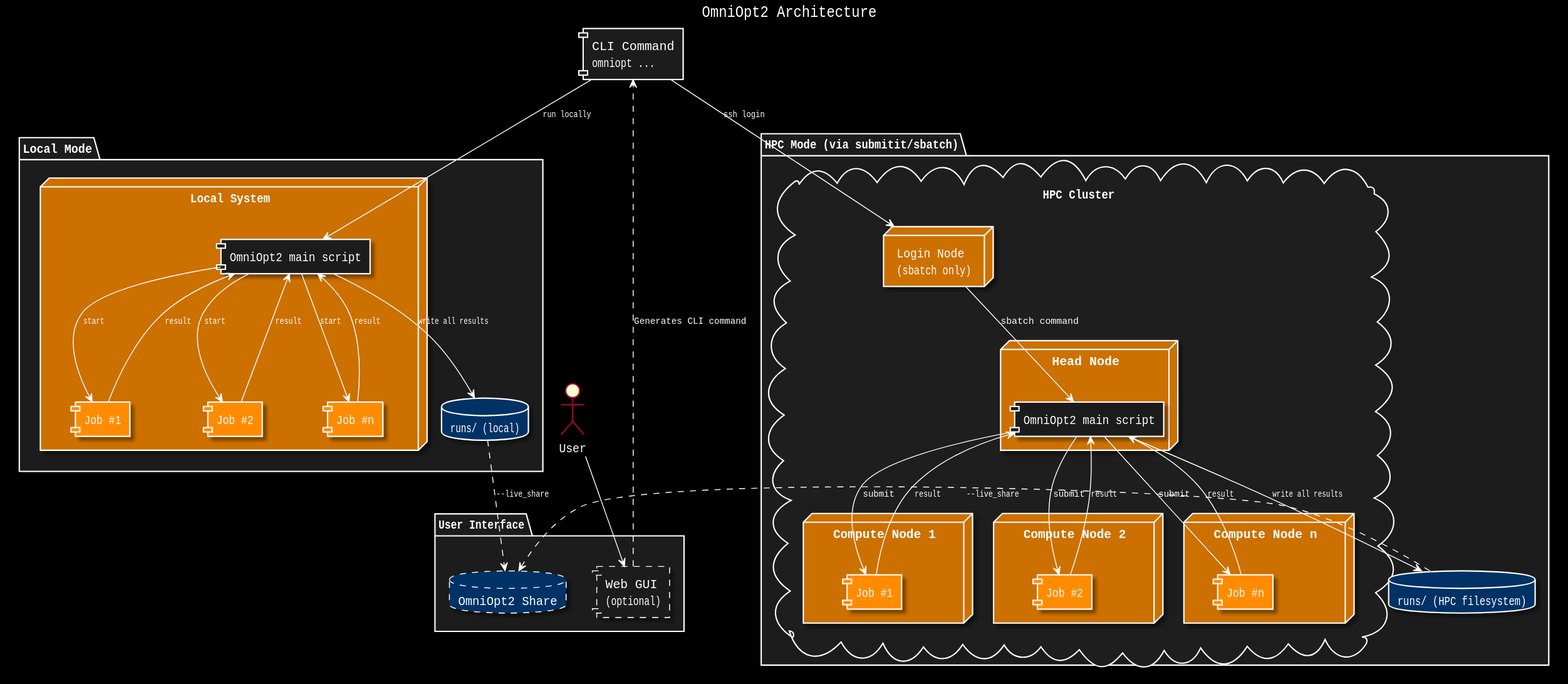
The PlantUML diagram .gui/documentation/output_dark/architecture.svg in NormanTUD/OmniOpt, before a commit.
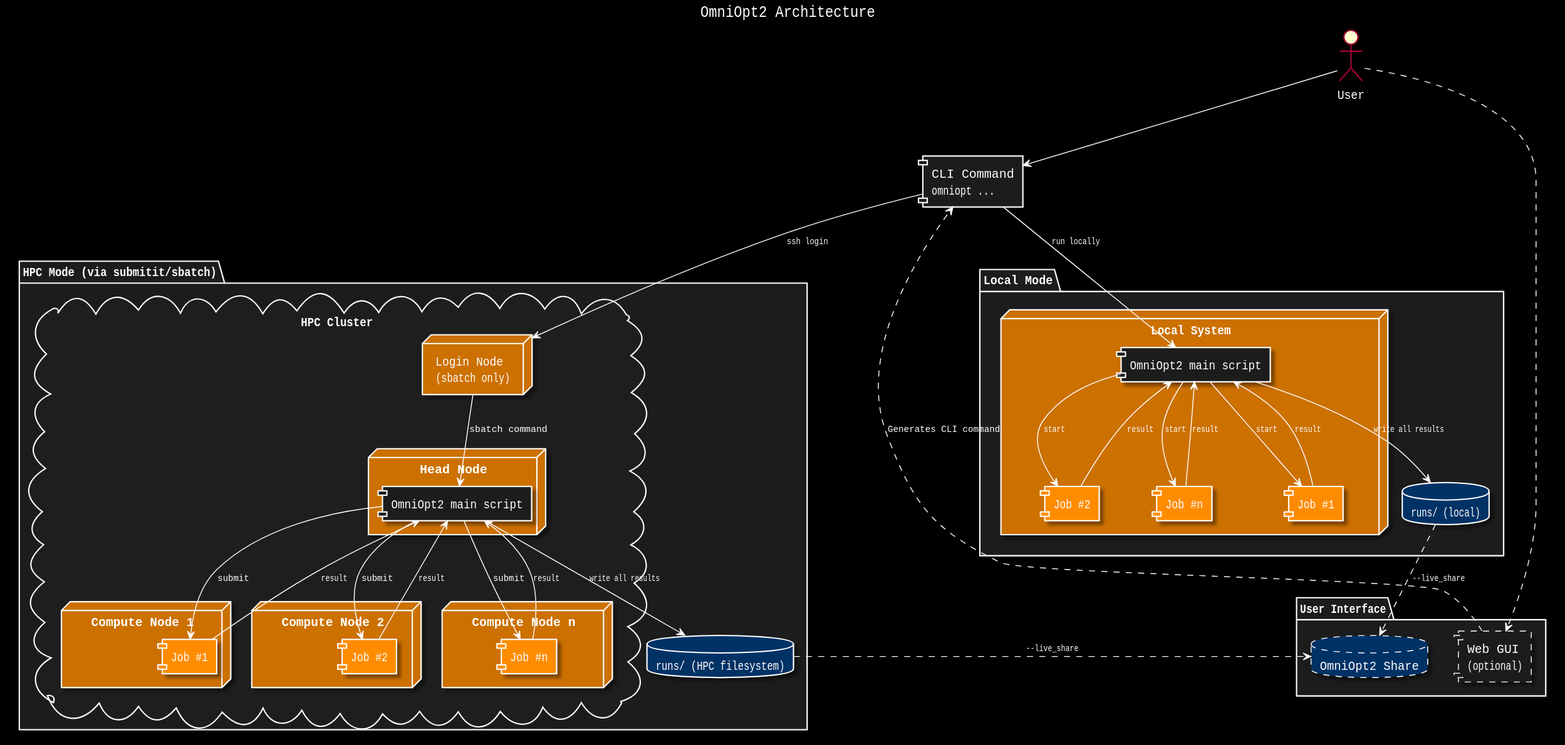
After the commit.

Commit message:
better user

What changed in the source:
```diff
@@ -37,7 +37,8 @@
 component "CLI Command\nomniopt ..." as CLI
 
 GUI ..> CLI : Generates CLI command
-User --> GUI
+User ..> GUI
+User --> CLI
 
 package "Local Mode" {
   database "runs/ (local)" as LocalRuns
```
